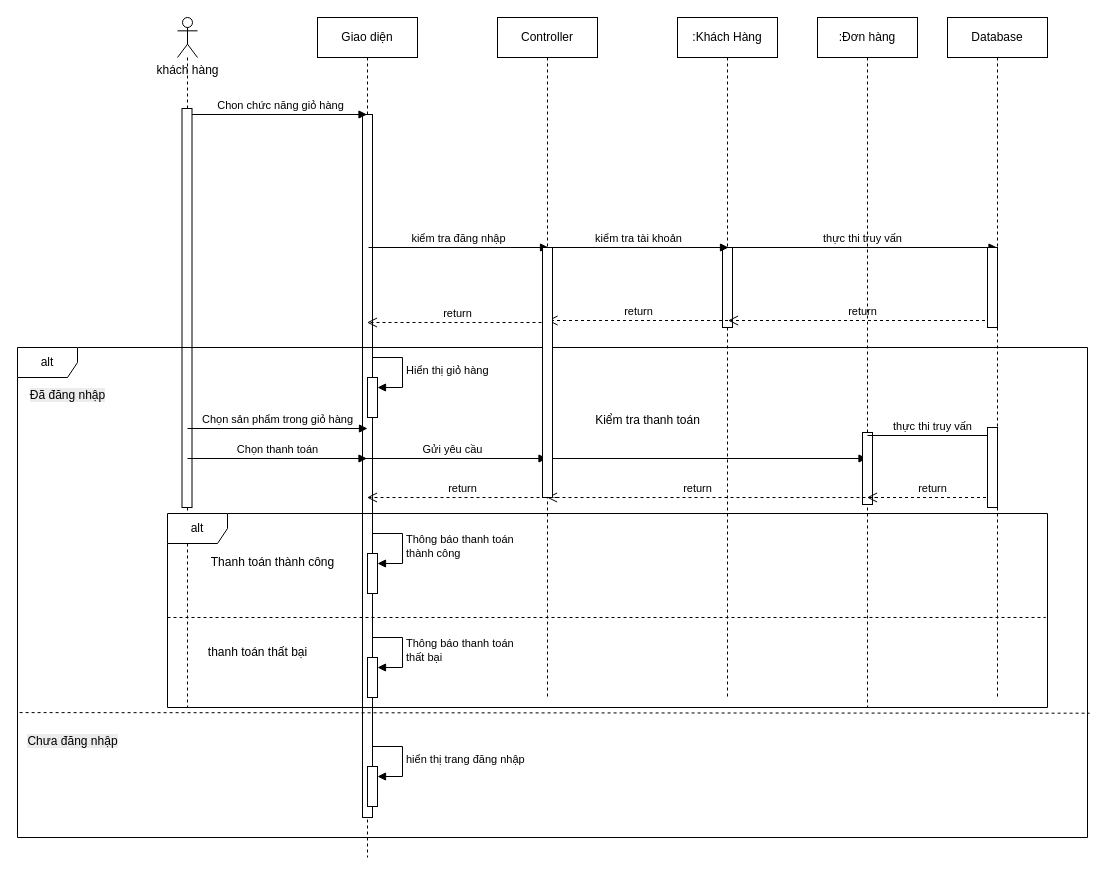
Above: User/Sequence/thanhtoan.drawio in dmn-05/PTTK-HTTT (draw.io), before the change. Source tidied: cells renumbered, new cells numbered last; positions are measured from the earlier drawing's top-left corner, leaving out a move shared by most shapes. Both pictures are drawn from the tidied source at 100%, with x=0, y=0 at pixel (17, 17).
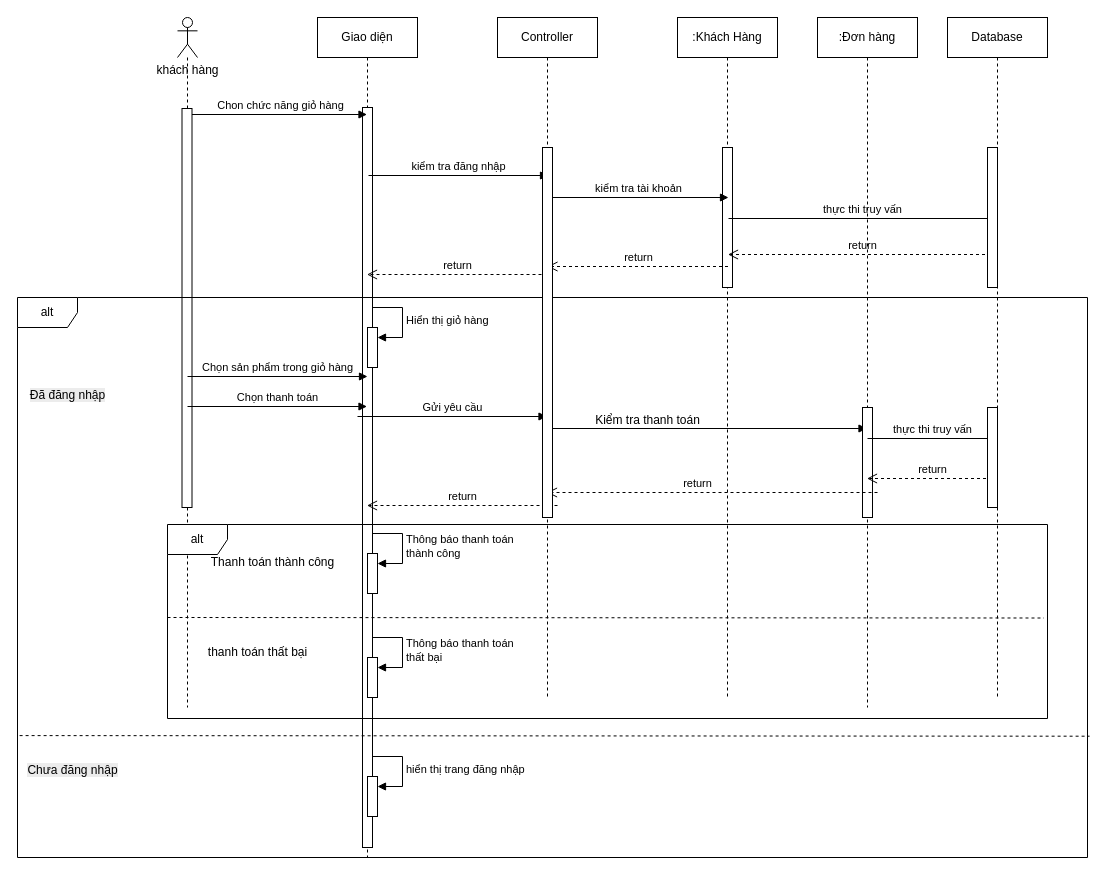
After the change.

Unchanged cells that the change refers to:
```xml
<mxCell id="4" value="Giao diện" style="shape=umlLifeline;perimeter=lifelinePerimeter;whiteSpace=wrap;html=1;newEdgeStyle={&quot;curved&quot;:0,&quot;rounded&quot;:0};" parent="1" vertex="1">
  <mxGeometry x="300" width="100" height="840" as="geometry" />
</mxCell>
<mxCell id="6" value=":Khách Hàng" style="shape=umlLifeline;perimeter=lifelinePerimeter;whiteSpace=wrap;html=1;newEdgeStyle={&quot;curved&quot;:0,&quot;rounded&quot;:0};" parent="1" vertex="1">
  <mxGeometry x="660" width="100" height="680" as="geometry" />
</mxCell>
<mxCell id="9" value="Database" style="shape=umlLifeline;perimeter=lifelinePerimeter;whiteSpace=wrap;html=1;outlineConnect=0;portConstraint=eastwest;newEdgeStyle={&quot;curved&quot;:0,&quot;rounded&quot;:0};" parent="1" vertex="1">
  <mxGeometry x="930" width="100" height="680" as="geometry" />
</mxCell>
<mxCell id="10" value="Controller" style="shape=umlLifeline;perimeter=lifelinePerimeter;whiteSpace=wrap;html=1;outlineConnect=0;portConstraint=eastwest;newEdgeStyle={&quot;curved&quot;:0,&quot;rounded&quot;:0};" parent="1" vertex="1">
  <mxGeometry x="480" width="100" height="680" as="geometry" />
</mxCell>
<mxCell id="23" value=":Đơn hàng" style="shape=umlLifeline;perimeter=lifelinePerimeter;whiteSpace=wrap;html=1;outlineConnect=0;portConstraint=eastwest;newEdgeStyle={&quot;curved&quot;:0,&quot;rounded&quot;:0};" parent="1" vertex="1">
  <mxGeometry x="800" width="100" height="690" as="geometry" />
</mxCell>
```

Diff of the diagram source:
```diff
@@
     <mxCell id="5" style="html=1;perimeter=orthogonalPerimeter;targetShapes=umlLifeline;newEdgeStyle={&quot;curved&quot;:0,&quot;rounded&quot;:0};" parent="4" vertex="1">
-      <mxGeometry x="45" y="97" width="10" height="703" as="geometry" />
+      <mxGeometry x="45" y="90" width="10" height="740" as="geometry" />
     </mxCell>
@@
     <mxCell id="7" style="html=1;perimeter=orthogonalPerimeter;targetShapes=umlLifeline;newEdgeStyle={&quot;curved&quot;:0,&quot;rounded&quot;:0};" parent="6" vertex="1">
-      <mxGeometry x="45" y="230" width="10" height="80" as="geometry" />
+      <mxGeometry x="45" y="130" width="10" height="140" as="geometry" />
     </mxCell>
@@
     <mxCell id="12" value="kiểm tra đăng nhập" style="html=1;verticalAlign=bottom;endArrow=block;curved=0;rounded=0;" parent="1" edge="1">
       <mxGeometry relative="1" as="geometry">
-        <mxPoint x="351" y="230" as="sourcePoint" />
-        <mxPoint x="531" y="230" as="targetPoint" />
+        <mxPoint x="351" y="158" as="sourcePoint" />
+        <mxPoint x="531" y="158" as="targetPoint" />
       </mxGeometry>
     </mxCell>
     <mxCell id="13" value="kiểm tra tài khoản" style="html=1;verticalAlign=bottom;endArrow=block;curved=0;rounded=0;" parent="1" edge="1">
       <mxGeometry relative="1" as="geometry">
-        <mxPoint x="531" y="230" as="sourcePoint" />
-        <mxPoint x="711" y="230" as="targetPoint" />
+        <mxPoint x="531" y="180" as="sourcePoint" />
+        <mxPoint x="711" y="180" as="targetPoint" />
       </mxGeometry>
     </mxCell>
-    <mxCell id="14" value="thực thi truy vấn" style="html=1;verticalAlign=bottom;endArrow=block;curved=0;rounded=0;" parent="1" edge="1" target="9">
+    <mxCell id="14" value="thực thi truy vấn" style="html=1;verticalAlign=bottom;endArrow=block;curved=0;rounded=0;" parent="1" edge="1">
       <mxGeometry relative="1" as="geometry">
-        <mxPoint x="711" y="230" as="sourcePoint" />
+        <mxPoint x="711" y="201" as="sourcePoint" />
+        <mxPoint x="979.5" y="201" as="targetPoint" />
       </mxGeometry>
     </mxCell>
-    <mxCell id="15" value="return" style="html=1;verticalAlign=bottom;endArrow=open;dashed=1;endSize=8;curved=0;rounded=0;" parent="1" edge="1" source="9">
+    <mxCell id="15" value="return" style="html=1;verticalAlign=bottom;endArrow=open;dashed=1;endSize=8;curved=0;rounded=0;" parent="1" edge="1">
       <mxGeometry relative="1" as="geometry">
-        <mxPoint x="710.5" y="303" as="targetPoint" />
+        <mxPoint x="979.5" y="237" as="sourcePoint" />
+        <mxPoint x="710.5" y="237" as="targetPoint" />
       </mxGeometry>
     </mxCell>
     <mxCell id="16" value="alt" style="shape=umlFrame;whiteSpace=wrap;html=1;" parent="1" vertex="1">
-      <mxGeometry y="330" width="1070" height="490" as="geometry" />
+      <mxGeometry y="280" width="1070" height="560" as="geometry" />
     </mxCell>
@@
     <mxCell id="18" value="return" style="html=1;verticalAlign=bottom;endArrow=open;dashed=1;endSize=8;curved=0;rounded=0;" parent="1" edge="1">
       <mxGeometry relative="1" as="geometry">
-        <mxPoint x="710.5" y="303" as="sourcePoint" />
-        <mxPoint x="530" y="303" as="targetPoint" />
+        <mxPoint x="710.5" y="249" as="sourcePoint" />
+        <mxPoint x="530" y="249" as="targetPoint" />
       </mxGeometry>
     </mxCell>
     <mxCell id="19" value="return" style="html=1;verticalAlign=bottom;endArrow=open;dashed=1;endSize=8;curved=0;rounded=0;" parent="1" edge="1">
       <mxGeometry relative="1" as="geometry">
-        <mxPoint x="530" y="305" as="sourcePoint" />
-        <mxPoint x="349.5" y="305" as="targetPoint" />
+        <mxPoint x="530" y="257" as="sourcePoint" />
+        <mxPoint x="349.5" y="257" as="targetPoint" />
       </mxGeometry>
     </mxCell>
     <mxCell id="20" value="Chọn thanh toán" style="html=1;verticalAlign=bottom;endArrow=block;curved=0;rounded=0;" parent="1" edge="1">
       <mxGeometry relative="1" as="geometry">
-        <mxPoint x="170" y="441" as="sourcePoint" />
-        <mxPoint x="349.5" y="441" as="targetPoint" />
+        <mxPoint x="170" y="389" as="sourcePoint" />
+        <mxPoint x="349.5" y="389" as="targetPoint" />
       </mxGeometry>
     </mxCell>
     <mxCell id="21" value="Gửi yêu cầu" style="html=1;verticalAlign=bottom;endArrow=block;curved=0;rounded=0;" parent="1" edge="1">
       <mxGeometry relative="1" as="geometry">
-        <mxPoint x="340" y="441" as="sourcePoint" />
-        <mxPoint x="529.5" y="441" as="targetPoint" />
+        <mxPoint x="340" y="399" as="sourcePoint" />
+        <mxPoint x="529.5" y="399" as="targetPoint" />
       </mxGeometry>
     </mxCell>
     <mxCell id="22" style="html=1;verticalAlign=bottom;endArrow=block;curved=0;rounded=0;" parent="1" edge="1">
       <mxGeometry x="-0.44" y="10" relative="1" as="geometry">
-        <mxPoint x="530" y="441" as="sourcePoint" />
-        <mxPoint x="849.5" y="441" as="targetPoint" />
+        <mxPoint x="530" y="411" as="sourcePoint" />
+        <mxPoint x="849.5" y="411" as="targetPoint" />
       </mxGeometry>
     </mxCell>
@@
     <mxCell id="24" style="html=1;perimeter=orthogonalPerimeter;targetShapes=umlLifeline;newEdgeStyle={&quot;curved&quot;:0,&quot;rounded&quot;:0};" parent="23" vertex="1">
-      <mxGeometry x="45" y="415" width="10" height="72" as="geometry" />
+      <mxGeometry x="45" y="390" width="10" height="110" as="geometry" />
     </mxCell>
-    <mxCell id="25" value="thực thi truy vấn" style="html=1;verticalAlign=bottom;endArrow=block;curved=0;rounded=0;" parent="1" edge="1" target="9">
+    <mxCell id="25" value="thực thi truy vấn" style="html=1;verticalAlign=bottom;endArrow=block;curved=0;rounded=0;" parent="1" edge="1">
       <mxGeometry relative="1" as="geometry">
-        <mxPoint x="850" y="418" as="sourcePoint" />
+        <mxPoint x="850" y="421" as="sourcePoint" />
+        <mxPoint x="979.5" y="421" as="targetPoint" />
       </mxGeometry>
     </mxCell>
-    <mxCell id="26" value="return" style="html=1;verticalAlign=bottom;endArrow=open;dashed=1;endSize=8;curved=0;rounded=0;" parent="1" edge="1" target="23">
+    <mxCell id="26" value="return" style="html=1;verticalAlign=bottom;endArrow=open;dashed=1;endSize=8;curved=0;rounded=0;" parent="1" edge="1">
       <mxGeometry relative="1" as="geometry">
-        <mxPoint x="980.5" y="480" as="sourcePoint" />
+        <mxPoint x="980.5" y="461" as="sourcePoint" />
+        <mxPoint x="849.5" y="461" as="targetPoint" />
       </mxGeometry>
     </mxCell>
-    <mxCell id="27" value="return" style="html=1;verticalAlign=bottom;endArrow=open;dashed=1;endSize=8;curved=0;rounded=0;" parent="1" edge="1" target="10">
+    <mxCell id="27" value="return" style="html=1;verticalAlign=bottom;endArrow=open;dashed=1;endSize=8;curved=0;rounded=0;" parent="1" edge="1">
       <mxGeometry x="0.09" relative="1" as="geometry">
-        <mxPoint x="860" y="480" as="sourcePoint" />
+        <mxPoint x="860" y="475" as="sourcePoint" />
+        <mxPoint x="529.5" y="475" as="targetPoint" />
       </mxGeometry>
     </mxCell>
@@
     <mxCell id="29" value="return" style="html=1;verticalAlign=bottom;endArrow=open;dashed=1;endSize=8;curved=0;rounded=0;" parent="1" edge="1">
       <mxGeometry relative="1" as="geometry">
-        <mxPoint x="540" y="480" as="sourcePoint" />
-        <mxPoint x="349.5" y="480" as="targetPoint" />
+        <mxPoint x="540" y="488" as="sourcePoint" />
+        <mxPoint x="349.5" y="488" as="targetPoint" />
       </mxGeometry>
     </mxCell>
     <mxCell id="30" style="endArrow=none;dashed=1;html=1;rounded=0;exitX=0.002;exitY=0.779;exitDx=0;exitDy=0;exitPerimeter=0;entryX=1.002;entryY=0.781;entryDx=0;entryDy=0;entryPerimeter=0;" parent="1" edge="1">
       <mxGeometry relative="1" as="geometry">
-        <mxPoint x="2.1" y="695.1" as="sourcePoint" />
-        <mxPoint x="1072.1" y="695.7" as="targetPoint" />
+        <mxPoint x="2.1" y="718.1" as="sourcePoint" />
+        <mxPoint x="1072.1" y="718.7" as="targetPoint" />
       </mxGeometry>
     </mxCell>
     <mxCell id="31" value="&lt;br&gt;&lt;span style=&quot;color: rgb(0, 0, 0); background-color: rgb(236, 236, 236); float: none; display: inline !important;&quot;&gt;Chưa đăng nhập&lt;/span&gt;" style="text;html=1;align=center;verticalAlign=middle;strokeColor=none;fillColor=none;" parent="1" vertex="1">
-      <mxGeometry y="696" width="110" height="40" as="geometry" />
+      <mxGeometry y="725" width="110" height="40" as="geometry" />
     </mxCell>
     <mxCell id="32" style="html=1;perimeter=orthogonalPerimeter;targetShapes=umlLifeline;newEdgeStyle={&quot;curved&quot;:0,&quot;rounded&quot;:0};" parent="1" vertex="1">
-      <mxGeometry x="525" y="230" width="10" height="250" as="geometry" />
+      <mxGeometry x="525" y="130" width="10" height="370" as="geometry" />
     </mxCell>
     <mxCell id="33" style="html=1;perimeter=orthogonalPerimeter;targetShapes=umlLifeline;newEdgeStyle={&quot;curved&quot;:0,&quot;rounded&quot;:0};" parent="1" vertex="1">
-      <mxGeometry x="970" y="410" width="10" height="80" as="geometry" />
+      <mxGeometry x="970" y="390" width="10" height="100" as="geometry" />
     </mxCell>
     <mxCell id="34" style="html=1;points=[[0,0,0,0,5],[0,1,0,0,-5],[1,0,0,0,5],[1,1,0,0,-5]];perimeter=orthogonalPerimeter;outlineConnect=0;targetShapes=umlLifeline;portConstraint=eastwest;newEdgeStyle={&quot;curved&quot;:0,&quot;rounded&quot;:0};" parent="1" vertex="1">
-      <mxGeometry x="350" y="749" width="10" height="40" as="geometry" />
+      <mxGeometry x="350" y="759" width="10" height="40" as="geometry" />
     </mxCell>
     <mxCell id="35" value="hiển thị trang đăng nhập" style="html=1;align=left;spacingLeft=2;endArrow=block;rounded=0;edgeStyle=orthogonalEdgeStyle;curved=0;rounded=0;" parent="1" edge="1" target="34">
       <mxGeometry relative="1" as="geometry">
-        <mxPoint x="355" y="729" as="sourcePoint" />
+        <mxPoint x="355" y="739" as="sourcePoint" />
         <Array as="points">
-          <mxPoint x="385" y="759" />
+          <mxPoint x="385" y="769" />
         </Array>
       </mxGeometry>
     </mxCell>
@@
     <mxCell id="39" style="html=1;perimeter=orthogonalPerimeter;targetShapes=umlLifeline;newEdgeStyle={&quot;curved&quot;:0,&quot;rounded&quot;:0};" parent="1" vertex="1">
-      <mxGeometry x="970" y="230" width="10" height="80" as="geometry" />
+      <mxGeometry x="970" y="130" width="10" height="140" as="geometry" />
     </mxCell>
     <mxCell id="40" value="Chọn sản phẩm trong giỏ hàng" style="html=1;verticalAlign=bottom;endArrow=block;curved=0;rounded=0;" parent="1" edge="1">
       <mxGeometry relative="1" as="geometry">
-        <mxPoint x="170" y="411" as="sourcePoint" />
-        <mxPoint x="350" y="411" as="targetPoint" />
+        <mxPoint x="170" y="359" as="sourcePoint" />
+        <mxPoint x="350" y="359" as="targetPoint" />
       </mxGeometry>
     </mxCell>
     <mxCell id="41" value="alt" style="shape=umlFrame;whiteSpace=wrap;html=1;" parent="1" vertex="1">
-      <mxGeometry x="150" y="496" width="880" height="194" as="geometry" />
+      <mxGeometry x="150" y="507" width="880" height="194" as="geometry" />
     </mxCell>
-    <mxCell id="42" style="endArrow=none;dashed=1;html=1;rounded=0;exitX=0.002;exitY=0.779;exitDx=0;exitDy=0;exitPerimeter=0;entryX=0.998;entryY=0.536;entryDx=0;entryDy=0;entryPerimeter=0;" parent="1" edge="1" target="41">
+    <mxCell id="42" style="endArrow=none;dashed=1;html=1;rounded=0;exitX=0.002;exitY=0.779;exitDx=0;exitDy=0;exitPerimeter=0;entryX=0.996;entryY=0.482;entryDx=0;entryDy=0;entryPerimeter=0;" parent="1" edge="1" target="41">
       <mxGeometry relative="1" as="geometry">
         <mxPoint x="150" y="600" as="sourcePoint" />
       </mxGeometry>
     </mxCell>
@@
     <mxCell id="47" style="html=1;points=[[0,0,0,0,5],[0,1,0,0,-5],[1,0,0,0,5],[1,1,0,0,-5]];perimeter=orthogonalPerimeter;outlineConnect=0;targetShapes=umlLifeline;portConstraint=eastwest;newEdgeStyle={&quot;curved&quot;:0,&quot;rounded&quot;:0};" parent="1" vertex="1">
-      <mxGeometry x="350" y="360" width="10" height="40" as="geometry" />
+      <mxGeometry x="350" y="310" width="10" height="40" as="geometry" />
     </mxCell>
     <mxCell id="48" value="Hiển thị giỏ hàng" style="html=1;align=left;spacingLeft=2;endArrow=block;rounded=0;edgeStyle=orthogonalEdgeStyle;curved=0;rounded=0;" parent="1" edge="1" target="47">
       <mxGeometry relative="1" as="geometry">
-        <mxPoint x="355" y="340" as="sourcePoint" />
+        <mxPoint x="355" y="290" as="sourcePoint" />
         <Array as="points">
-          <mxPoint x="385" y="370" />
+          <mxPoint x="385" y="320" />
         </Array>
       </mxGeometry>
     </mxCell>
```
